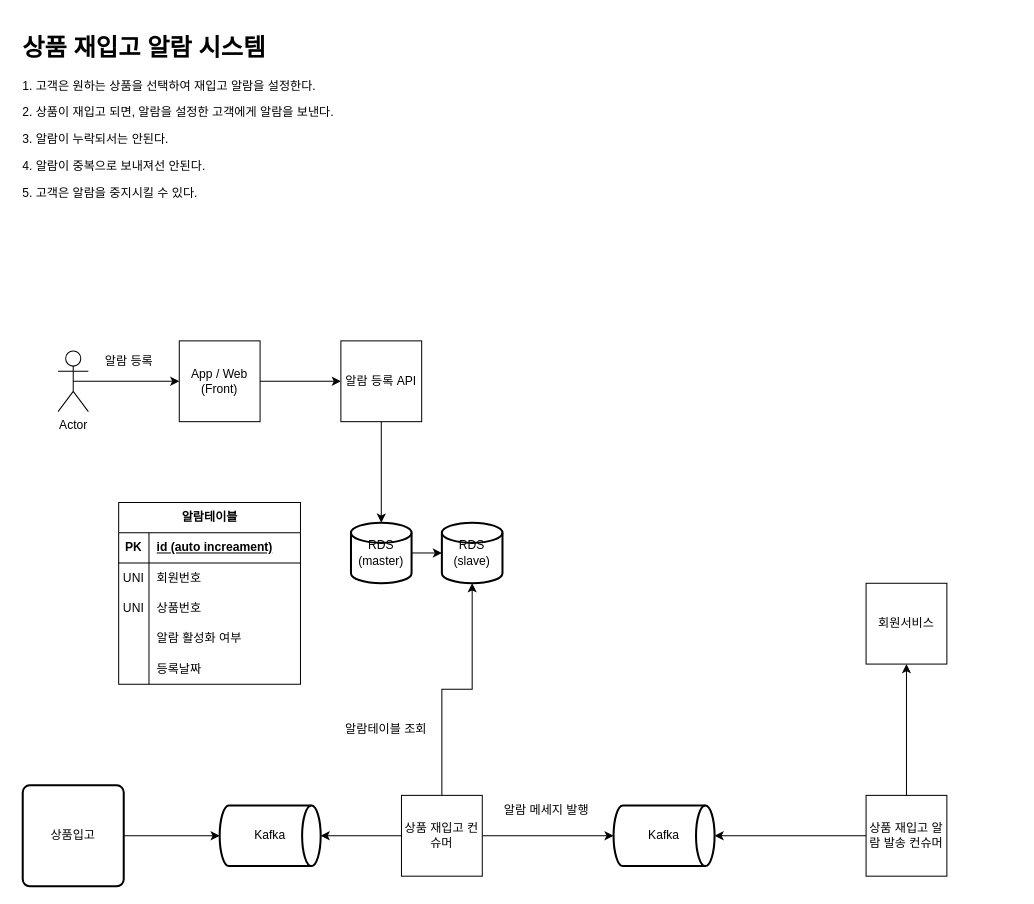
This is drawio/상품_재입고_알람_시스템.drawio from junho3/practice-system-design, a draw.io file, before an edit. Source tidied: cells renumbered, new cells numbered last; positions are measured from the earlier drawing's top-left corner, leaving out a move shared by most shapes. Both pictures are drawn from the tidied source at 101%, with x=0, y=0 at pixel (17, 27).
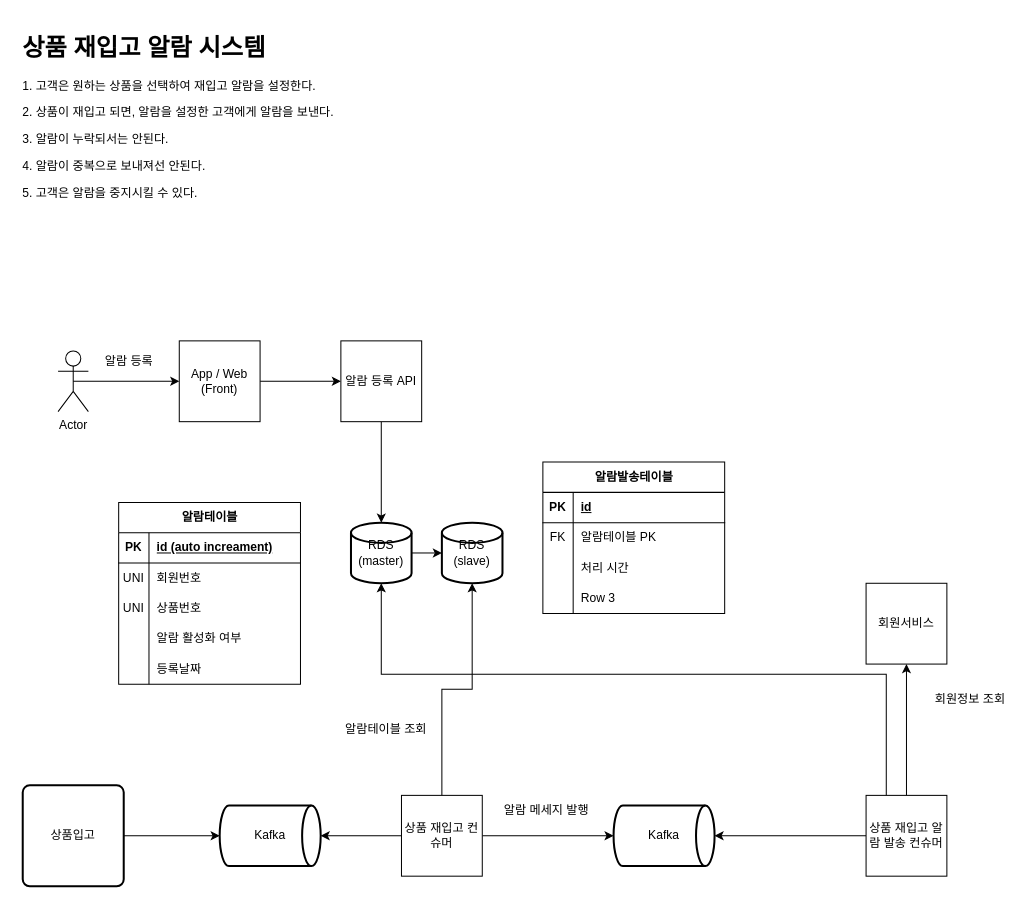
The same diagram, later.

Commit message (it also covers changes not shown here):
상품_재입고_알람_시스템.drawio 업데이트

Unchanged cells that the change refers to:
```xml
<mxCell id="27" value="RDS&lt;br&gt;(master)" style="strokeWidth=2;html=1;shape=mxgraph.flowchart.database;whiteSpace=wrap;" parent="1" vertex="1">
  <mxGeometry x="330" y="490" width="60" height="60" as="geometry" />
</mxCell>
<mxCell id="41" value="상품 재입고 알람 발송 컨슈머" style="whiteSpace=wrap;html=1;" parent="1" vertex="1">
  <mxGeometry x="840" y="760" width="80" height="80" as="geometry" />
</mxCell>
```

Diff of the diagram source:
```diff
@@
+    <mxCell id="43" style="edgeStyle=orthogonalEdgeStyle;rounded=0;jettySize=auto;html=1;exitX=0.25;exitY=0;exitDx=0;exitDy=0;entryX=0.5;entryY=1;entryDx=0;entryDy=0;entryPerimeter=0;" parent="1" edge="1" source="41" target="27">
+      <mxGeometry relative="1" as="geometry">
+        <Array as="points">
+          <mxPoint x="860" y="640" />
+          <mxPoint x="360" y="640" />
+        </Array>
+      </mxGeometry>
+    </mxCell>
@@
+    <mxCell id="44" value="회원정보 조회&amp;nbsp;" style="text;html=1;strokeColor=none;fillColor=none;align=center;verticalAlign=middle;whiteSpace=wrap;rounded=0;" parent="1" vertex="1">
+      <mxGeometry x="900" y="650" width="90" height="30" as="geometry" />
+    </mxCell>
+    <mxCell id="45" value="알람발송테이블" style="shape=table;startSize=30;childLayout=tableLayout;rowLines=0;fontStyle=1;align=center;html=1;" parent="1" vertex="1">
+      <mxGeometry x="520" y="430" width="180" height="150" as="geometry" />
+    </mxCell>
+    <mxCell id="46" style="shape=tableRow;horizontal=0;startSize=0;swimlaneHead=0;swimlaneBody=0;fillColor=none;top=0;left=0;right=0;bottom=1;" parent="45" vertex="1">
+      <mxGeometry y="30" width="180" height="30" as="geometry" />
+    </mxCell>
+    <mxCell id="47" value="PK" style="shape=partialRectangle;fillColor=none;top=0;left=0;bottom=0;right=0;fontStyle=1;overflow=hidden;whiteSpace=wrap;html=1;" parent="46" vertex="1">
+      <mxGeometry width="30" height="30" as="geometry" />
+    </mxCell>
+    <mxCell id="48" value="id" style="shape=partialRectangle;fillColor=none;top=0;left=0;bottom=0;right=0;align=left;spacingLeft=6;fontStyle=5;overflow=hidden;whiteSpace=wrap;html=1;" parent="46" vertex="1">
+      <mxGeometry x="30" width="150" height="30" as="geometry" />
+    </mxCell>
+    <mxCell id="49" style="shape=tableRow;horizontal=0;startSize=0;swimlaneHead=0;swimlaneBody=0;fillColor=none;top=0;left=0;right=0;bottom=0;" parent="45" vertex="1">
+      <mxGeometry y="60" width="180" height="30" as="geometry" />
+    </mxCell>
+    <mxCell id="50" value="FK" style="shape=partialRectangle;fillColor=none;top=0;left=0;bottom=0;right=0;overflow=hidden;whiteSpace=wrap;html=1;" parent="49" vertex="1">
+      <mxGeometry width="30" height="30" as="geometry" />
+    </mxCell>
+    <mxCell id="51" value="알람테이블 PK" style="shape=partialRectangle;fillColor=none;top=0;left=0;bottom=0;right=0;align=left;spacingLeft=6;overflow=hidden;whiteSpace=wrap;html=1;" parent="49" vertex="1">
+      <mxGeometry x="30" width="150" height="30" as="geometry" />
+    </mxCell>
+    <mxCell id="52" style="shape=tableRow;horizontal=0;startSize=0;swimlaneHead=0;swimlaneBody=0;fillColor=none;top=0;left=0;right=0;bottom=0;" parent="45" vertex="1">
+      <mxGeometry y="90" width="180" height="30" as="geometry" />
+    </mxCell>
+    <mxCell id="53" style="shape=partialRectangle;fillColor=none;top=0;left=0;bottom=0;right=0;overflow=hidden;whiteSpace=wrap;html=1;" parent="52" vertex="1">
+      <mxGeometry width="30" height="30" as="geometry" />
+    </mxCell>
+    <mxCell id="54" value="처리 시간" style="shape=partialRectangle;fillColor=none;top=0;left=0;bottom=0;right=0;align=left;spacingLeft=6;overflow=hidden;whiteSpace=wrap;html=1;" parent="52" vertex="1">
+      <mxGeometry x="30" width="150" height="30" as="geometry" />
+    </mxCell>
+    <mxCell id="55" style="shape=tableRow;horizontal=0;startSize=0;swimlaneHead=0;swimlaneBody=0;fillColor=none;top=0;left=0;right=0;bottom=0;" parent="45" vertex="1">
+      <mxGeometry y="120" width="180" height="30" as="geometry" />
+    </mxCell>
+    <mxCell id="56" style="shape=partialRectangle;fillColor=none;top=0;left=0;bottom=0;right=0;overflow=hidden;whiteSpace=wrap;html=1;" parent="55" vertex="1">
+      <mxGeometry width="30" height="30" as="geometry" />
+    </mxCell>
+    <mxCell id="57" value="Row 3" style="shape=partialRectangle;fillColor=none;top=0;left=0;bottom=0;right=0;align=left;spacingLeft=6;overflow=hidden;whiteSpace=wrap;html=1;" parent="55" vertex="1">
+      <mxGeometry x="30" width="150" height="30" as="geometry" />
+    </mxCell>
```
